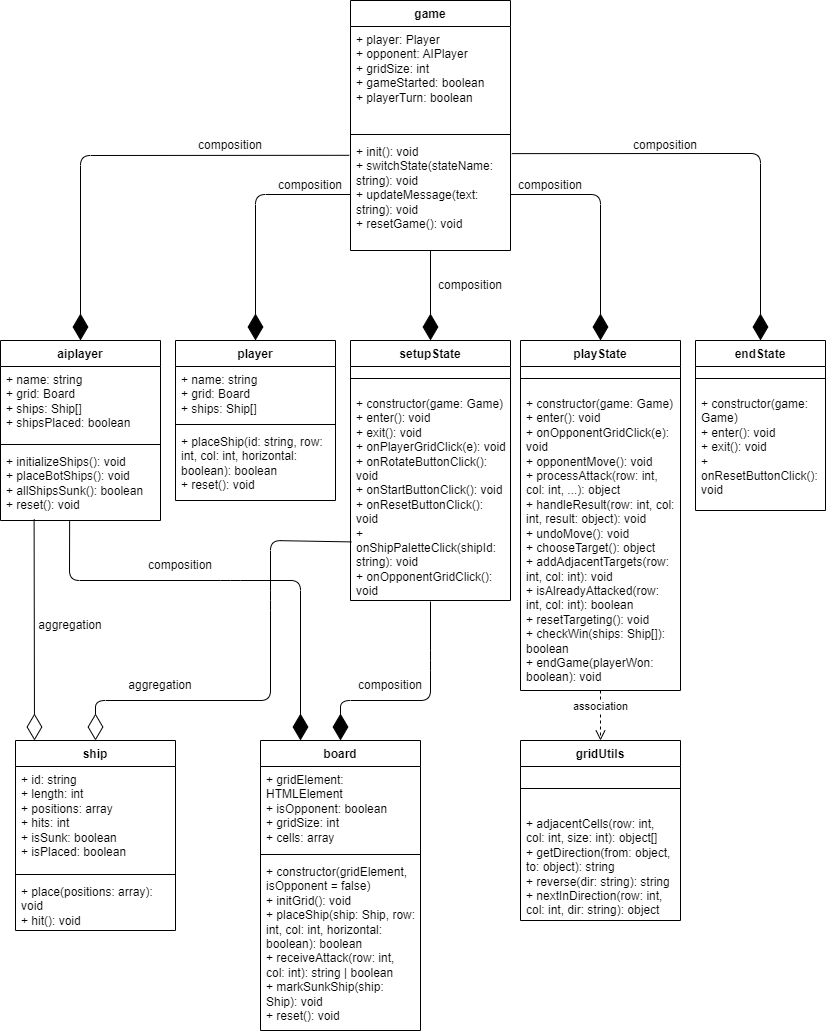
Before: diagram/uml.png, a diagram exported from draw.io (thanhphat18/DSA-Battleship-Game). Source tidied: cells renumbered, new cells last; positions are measured from the earlier drawing's top-left corner, leaving out a move shared by most shapes.
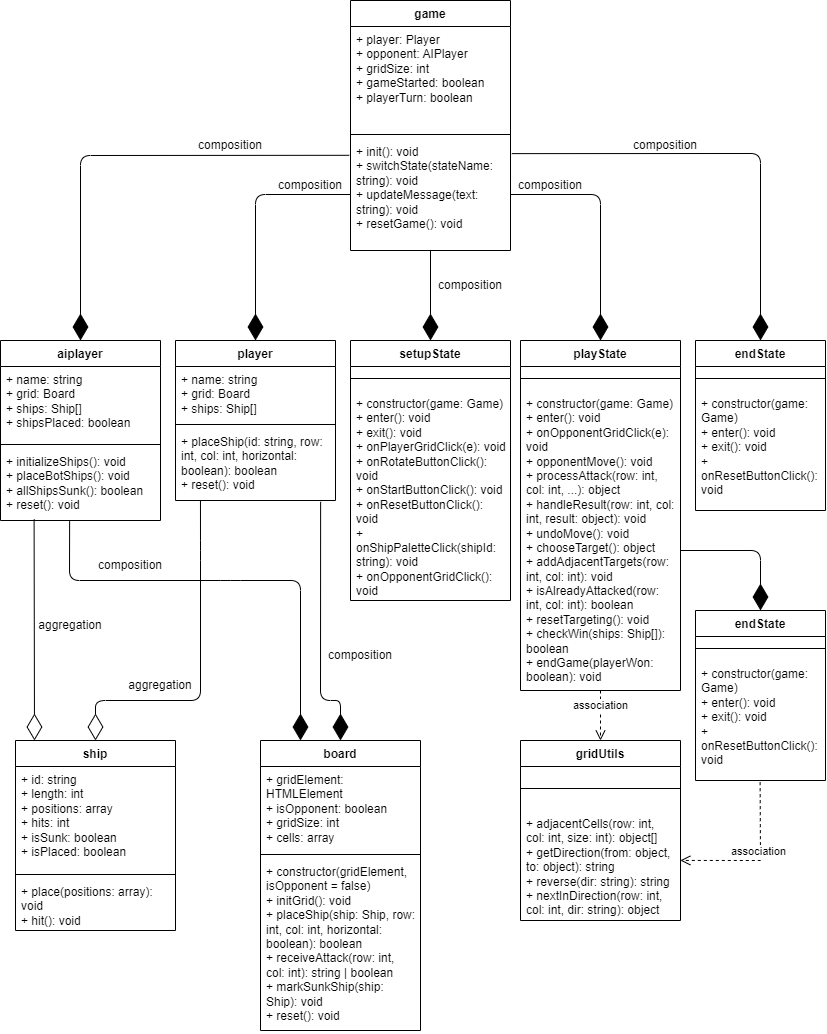
Above is the later version.

What changed in the source:
```diff
@@ -129,21 +129,19 @@
         </Array>
       </mxGeometry>
     </mxCell>
-    <mxCell id="39" style="endArrow=diamondThin;endFill=1;endSize=24;html=1;entryX=0.5;entryY=0;entryDx=0;entryDy=0;exitX=0.5;exitY=1.005;exitDx=0;exitDy=0;exitPerimeter=0;" parent="1" edge="1" source="27" target="14">
+    <mxCell id="39" style="endArrow=diamondThin;endFill=1;endSize=24;html=1;entryX=0.5;entryY=0;entryDx=0;entryDy=0;exitX=0.907;exitY=1.018;exitDx=0;exitDy=0;exitPerimeter=0;" parent="1" edge="1" source="9" target="14">
       <mxGeometry relative="1" as="geometry">
         <Array as="points">
-          <mxPoint x="430" y="660" />
-          <mxPoint x="430" y="700" />
+          <mxPoint x="320" y="700" />
           <mxPoint x="340" y="700" />
         </Array>
       </mxGeometry>
     </mxCell>
-    <mxCell id="40" style="endArrow=diamondThin;endFill=0;endSize=24;html=1;exitX=0.005;exitY=0.721;exitDx=0;exitDy=0;exitPerimeter=0;entryX=0.5;entryY=0;entryDx=0;entryDy=0;" parent="1" edge="1" source="27" target="18">
+    <mxCell id="40" style="endArrow=diamondThin;endFill=0;endSize=24;html=1;exitX=0.156;exitY=0.996;exitDx=0;exitDy=0;exitPerimeter=0;entryX=0.5;entryY=0;entryDx=0;entryDy=0;" parent="1" edge="1" source="9" target="18">
       <mxGeometry relative="1" as="geometry">
         <Array as="points">
-          <mxPoint x="270" y="540" />
-          <mxPoint x="270" y="600" />
-          <mxPoint x="270" y="700" />
+          <mxPoint x="200" y="550" />
+          <mxPoint x="200" y="700" />
           <mxPoint x="95" y="700" />
         </Array>
       </mxGeometry>
@@ -168,7 +166,7 @@
       </mxGeometry>
     </mxCell>
     <mxCell id="44" value="composition" style="text;html=1;align=center;verticalAlign=middle;whiteSpace=wrap;rounded=0;" parent="1" vertex="1">
-      <mxGeometry x="150" y="550" width="60" height="30" as="geometry" />
+      <mxGeometry x="100" y="550" width="60" height="30" as="geometry" />
     </mxCell>
     <mxCell id="45" value="aggregation" style="text;html=1;align=center;verticalAlign=middle;whiteSpace=wrap;rounded=0;" parent="1" vertex="1">
       <mxGeometry x="130" y="670" width="60" height="30" as="geometry" />
@@ -177,7 +175,7 @@
       <mxGeometry x="40" y="610" width="60" height="30" as="geometry" />
     </mxCell>
     <mxCell id="47" value="composition" style="text;html=1;align=center;verticalAlign=middle;whiteSpace=wrap;rounded=0;" parent="1" vertex="1">
-      <mxGeometry x="360" y="670" width="60" height="30" as="geometry" />
+      <mxGeometry x="330" y="640" width="60" height="30" as="geometry" />
     </mxCell>
     <mxCell id="48" value="composition" style="text;html=1;align=center;verticalAlign=middle;whiteSpace=wrap;rounded=0;" parent="1" vertex="1">
       <mxGeometry x="440" y="270" width="60" height="30" as="geometry" />
@@ -194,5 +192,29 @@
     <mxCell id="52" value="composition" style="text;html=1;align=center;verticalAlign=middle;whiteSpace=wrap;rounded=0;" parent="1" vertex="1">
       <mxGeometry x="200" y="130" width="60" height="30" as="geometry" />
     </mxCell>
+    <mxCell id="53" value="endState" style="swimlane;fontStyle=1;align=center;verticalAlign=top;horizontal=1;startSize=26;whiteSpace=wrap;html=1;" parent="1" vertex="1">
+      <mxGeometry x="695" y="610" width="130" height="170" as="geometry" />
+    </mxCell>
+    <mxCell id="54" style="endArrow=diamondThin;endFill=1;endSize=24;html=1;entryX=0.5;entryY=0;entryDx=0;entryDy=0;exitX=1;exitY=0.5;exitDx=0;exitDy=0;" parent="53" edge="1" target="53">
+      <mxGeometry relative="1" as="geometry">
+        <mxPoint x="-15" y="-60" as="sourcePoint" />
+        <Array as="points">
+          <mxPoint x="65" y="-60" />
+        </Array>
+      </mxGeometry>
+    </mxCell>
+    <mxCell id="55" style="line;strokeWidth=1;fillColor=none;align=left;verticalAlign=middle;spacingTop=-1;spacingLeft=3;spacingRight=3;labelPosition=right;strokeColor=inherit;" parent="53" vertex="1">
+      <mxGeometry y="26" width="130" height="24" as="geometry" />
+    </mxCell>
+    <mxCell id="56" value="&lt;div&gt;&lt;div&gt;&lt;font color=&quot;#000000&quot;&gt;+ constructor(game: Game)&lt;/font&gt;&lt;/div&gt;&lt;div&gt;&lt;font color=&quot;#000000&quot;&gt;+ enter(): void&lt;/font&gt;&lt;/div&gt;&lt;div&gt;&lt;font color=&quot;#000000&quot;&gt;+ exit(): void&lt;/font&gt;&lt;/div&gt;&lt;div&gt;&lt;font color=&quot;#000000&quot;&gt;+ onResetButtonClick(): void&lt;/font&gt;&lt;/div&gt;&lt;/div&gt;&lt;div&gt;&lt;br&gt;&lt;/div&gt;" style="text;strokeColor=none;fillColor=none;align=left;verticalAlign=top;spacingLeft=4;spacingRight=4;overflow=hidden;points=[[0,0.5],[1,0.5]];portConstraint=eastwest;whiteSpace=wrap;html=1;" parent="53" vertex="1">
+      <mxGeometry y="50" width="130" height="120" as="geometry" />
+    </mxCell>
+    <mxCell id="57" value="association" style="html=1;verticalAlign=bottom;endArrow=open;dashed=1;endSize=8;curved=0;rounded=0;entryX=0.999;entryY=0.454;entryDx=0;entryDy=0;exitX=0.497;exitY=1.014;exitDx=0;exitDy=0;exitPerimeter=0;entryPerimeter=0;" parent="1" edge="1" source="56" target="24">
+      <mxGeometry relative="1" as="geometry">
+        <Array as="points">
+          <mxPoint x="760" y="860" />
+        </Array>
+      </mxGeometry>
+    </mxCell>
   </root>
 </mxGraphModel>
```
